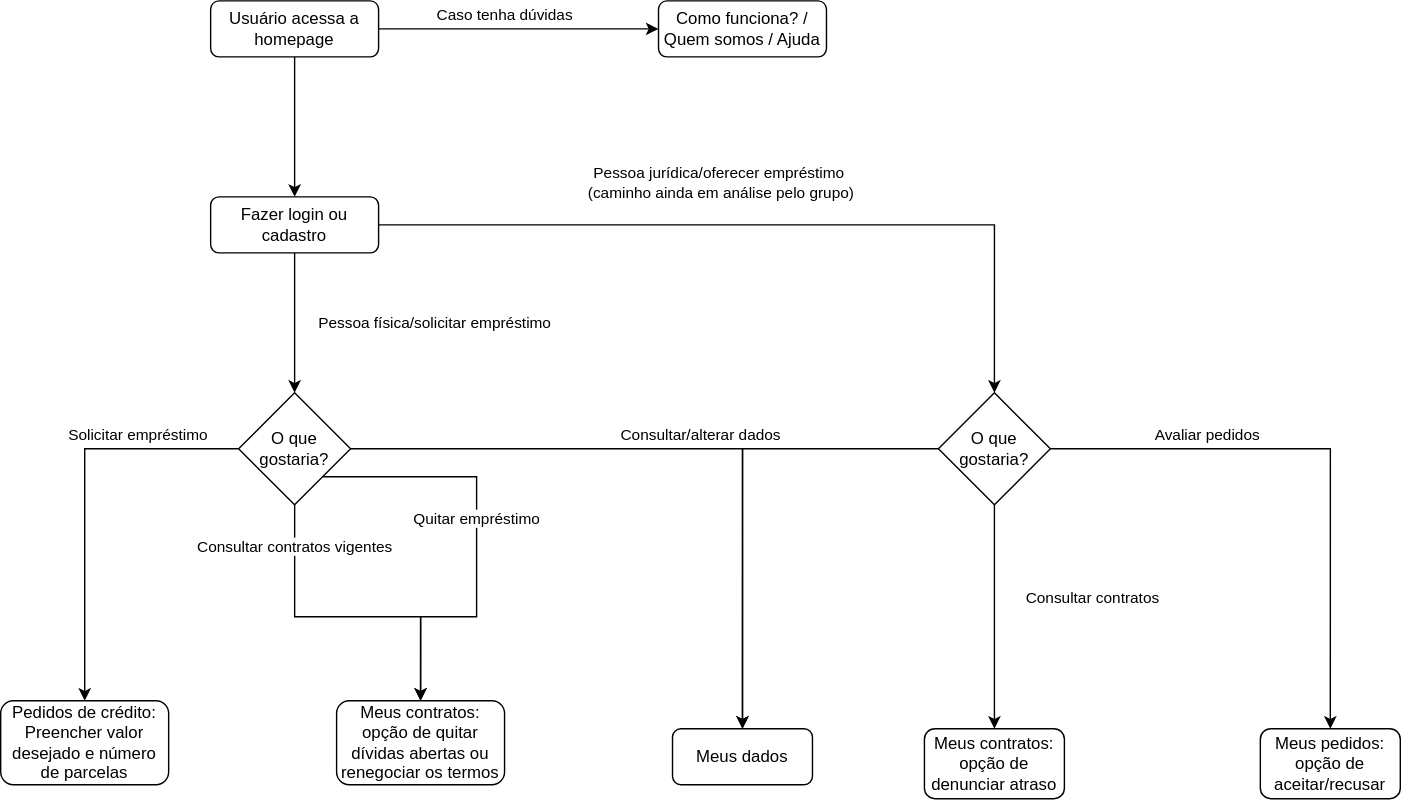
This is docs/img/Diagrama de Fluxo.svg from ICEI-PUC-Minas-PMV-ADS/empreste-facil, a draw.io export, as it was before one commit. Source tidied: cells renumbered, new cells last; positions are measured from the earlier drawing's top-left corner, leaving out a move shared by most shapes.
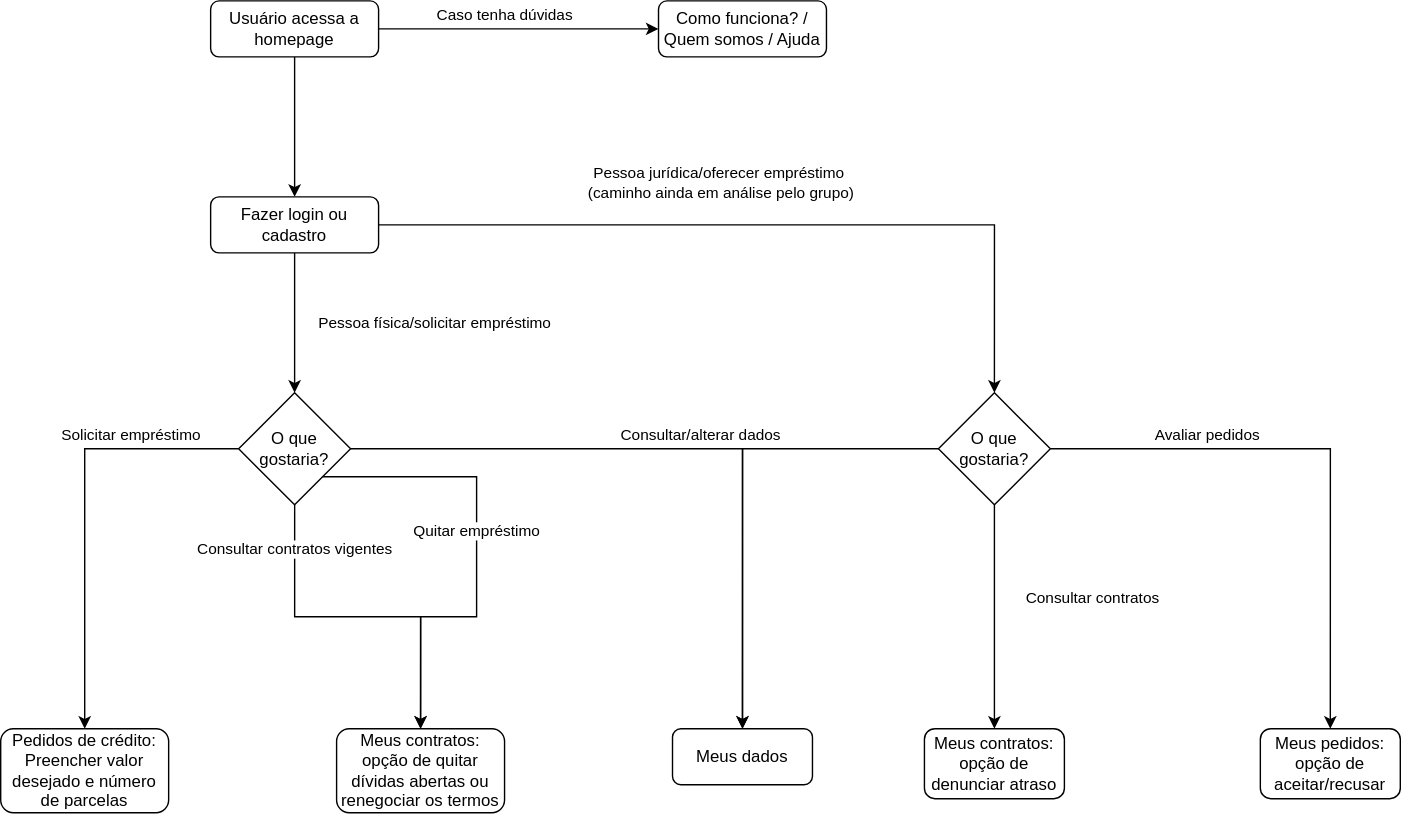
Above is the later version.

Change to the diagram source:
```diff
@@ -28,18 +28,16 @@
     <mxCell id="9" value="Solicitar empréstimo" style="edgeStyle=orthogonalEdgeStyle;rounded=0;jettySize=auto;html=1;" parent="1" edge="1" source="13" target="14">
       <mxGeometry x="-0.5" y="-10" relative="1" as="geometry" />
     </mxCell>
-    <mxCell id="10" value="Consultar contratos vigentes" style="edgeStyle=orthogonalEdgeStyle;rounded=0;jettySize=auto;html=1;" parent="1" edge="1" source="13">
+    <mxCell id="10" value="Consultar contratos vigentes" style="edgeStyle=orthogonalEdgeStyle;rounded=0;jettySize=auto;html=1;entryX=0.5;entryY=0;entryDx=0;entryDy=0;" parent="1" edge="1" source="13" target="15">
       <mxGeometry x="-0.74" relative="1" as="geometry">
-        <mxPoint x="300" y="500" as="targetPoint" />
         <Array as="points">
           <mxPoint x="210" y="440" />
           <mxPoint x="300" y="440" />
         </Array>
       </mxGeometry>
     </mxCell>
-    <mxCell id="11" value="Quitar empréstimo&lt;br&gt;" style="edgeStyle=orthogonalEdgeStyle;rounded=0;jettySize=auto;html=1;" parent="1" edge="1" source="13">
+    <mxCell id="11" value="Quitar empréstimo&lt;br&gt;" style="edgeStyle=orthogonalEdgeStyle;rounded=0;jettySize=auto;html=1;entryX=0.5;entryY=0;entryDx=0;entryDy=0;" parent="1" edge="1" source="13" target="15">
       <mxGeometry x="-0.1" relative="1" as="geometry">
-        <mxPoint x="300" y="500" as="targetPoint" />
         <Array as="points">
           <mxPoint x="340" y="340" />
           <mxPoint x="340" y="440" />
@@ -54,20 +52,16 @@
       <mxGeometry x="170" y="280" width="80" height="80" as="geometry" />
     </mxCell>
     <mxCell id="14" value="Pedidos de crédito: Preencher valor desejado e número de parcelas" style="rounded=1;whiteSpace=wrap;html=1;fontSize=12;glass=0;strokeWidth=1;shadow=0;" parent="1" vertex="1">
-      <mxGeometry y="500" width="120" height="60" as="geometry" />
+      <mxGeometry y="520" width="120" height="60" as="geometry" />
     </mxCell>
     <mxCell id="15" value="Meus contratos: opção de quitar dívidas abertas ou renegociar os termos" style="rounded=1;whiteSpace=wrap;html=1;fontSize=12;glass=0;strokeWidth=1;shadow=0;" parent="1" vertex="1">
-      <mxGeometry x="240" y="500" width="120" height="60" as="geometry" />
+      <mxGeometry x="240" y="520" width="120" height="60" as="geometry" />
     </mxCell>
-    <mxCell id="16" value="Avaliar pedidos" style="edgeStyle=orthogonalEdgeStyle;rounded=0;jettySize=auto;html=1;" parent="1" edge="1" source="19">
-      <mxGeometry x="-0.44" y="10" relative="1" as="geometry">
-        <mxPoint x="950" y="520" as="targetPoint" />
-      </mxGeometry>
+    <mxCell id="16" value="Avaliar pedidos" style="edgeStyle=orthogonalEdgeStyle;rounded=0;jettySize=auto;html=1;entryX=0.5;entryY=0;entryDx=0;entryDy=0;" parent="1" edge="1" source="19" target="22">
+      <mxGeometry x="-0.44" y="10" relative="1" as="geometry" />
     </mxCell>
-    <mxCell id="17" value="Consultar contratos" style="edgeStyle=orthogonalEdgeStyle;rounded=0;jettySize=auto;html=1;" parent="1" edge="1" source="19">
-      <mxGeometry x="-0.17" y="70" relative="1" as="geometry">
-        <mxPoint x="710" y="520" as="targetPoint" />
-      </mxGeometry>
+    <mxCell id="17" value="Consultar contratos" style="edgeStyle=orthogonalEdgeStyle;rounded=0;jettySize=auto;html=1;entryX=0.5;entryY=0;entryDx=0;entryDy=0;" parent="1" edge="1" source="19" target="21">
+      <mxGeometry x="-0.17" y="70" relative="1" as="geometry" />
     </mxCell>
     <mxCell id="18" style="edgeStyle=orthogonalEdgeStyle;rounded=0;jettySize=auto;html=1;entryX=0.5;entryY=0;entryDx=0;entryDy=0;" parent="1" edge="1" source="19" target="20">
       <mxGeometry relative="1" as="geometry" />
```
